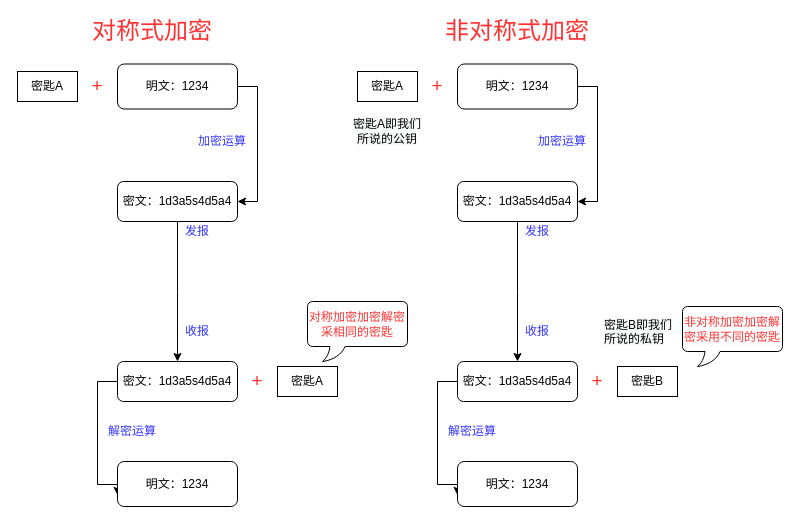
Above: Untitled Diagram.drawio in s1874217870/starup (draw.io), before the change. Source tidied: cells renumbered, new cells numbered last; positions are measured from the earlier drawing's top-left corner, leaving out a move shared by most shapes. Both pictures are drawn from the tidied source at 100%, with x=0, y=0 at pixel (17, 21).
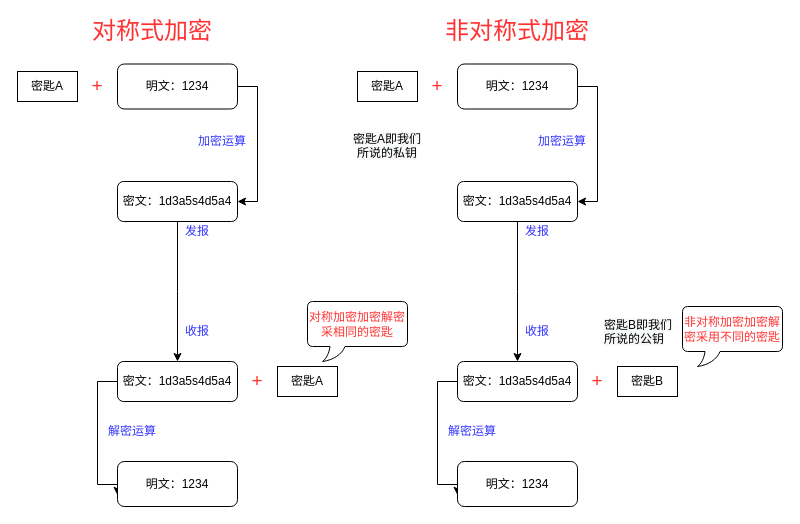
The same diagram, later.

What changed in the source:
```diff
@@
-    <mxCell id="36" value="&#10;&#10;&lt;span style=&quot;color: rgb(0, 0, 0); font-family: helvetica; font-size: 12px; font-style: normal; font-weight: 400; letter-spacing: normal; text-align: center; text-indent: 0px; text-transform: none; word-spacing: 0px; background-color: rgb(248, 249, 250); display: inline; float: none;&quot;&gt;密匙A即我们所说的公钥&lt;/span&gt;&#10;&#10;" style="text;html=1;strokeColor=none;fillColor=none;align=center;verticalAlign=middle;whiteSpace=wrap;rounded=0;" parent="1" vertex="1">
+    <mxCell id="36" value="&lt;br&gt;&lt;br&gt;&lt;span style=&quot;color: rgb(0 , 0 , 0) ; font-family: &amp;#34;helvetica&amp;#34; ; font-size: 12px ; font-style: normal ; font-weight: 400 ; letter-spacing: normal ; text-align: center ; text-indent: 0px ; text-transform: none ; word-spacing: 0px ; background-color: rgb(248 , 249 , 250) ; display: inline ; float: none&quot;&gt;密匙A即我们所说的私钥&lt;/span&gt;&lt;br&gt;" style="text;html=1;strokeColor=none;fillColor=none;align=center;verticalAlign=middle;whiteSpace=wrap;rounded=0;" parent="1" vertex="1">
       <mxGeometry x="330" y="100" width="80" height="20" as="geometry" />
     </mxCell>
-    <mxCell id="37" value="&lt;span style=&quot;color: rgb(0 , 0 , 0) ; font-family: &amp;#34;helvetica&amp;#34; ; font-size: 12px ; font-style: normal ; font-weight: 400 ; letter-spacing: normal ; text-align: center ; text-indent: 0px ; text-transform: none ; word-spacing: 0px ; background-color: rgb(248 , 249 , 250) ; display: inline ; float: none&quot;&gt;密匙B即我们所说的私钥&lt;/span&gt;" style="text;whiteSpace=wrap;html=1;" parent="1" vertex="1">
+    <mxCell id="37" value="&lt;span style=&quot;color: rgb(0 , 0 , 0) ; font-family: &amp;#34;helvetica&amp;#34; ; font-size: 12px ; font-style: normal ; font-weight: 400 ; letter-spacing: normal ; text-align: center ; text-indent: 0px ; text-transform: none ; word-spacing: 0px ; background-color: rgb(248 , 249 , 250) ; display: inline ; float: none&quot;&gt;密匙B即我们所说的公钥&lt;/span&gt;" style="text;whiteSpace=wrap;html=1;" parent="1" vertex="1">
       <mxGeometry x="585" y="290" width="80" height="40" as="geometry" />
     </mxCell>
```
